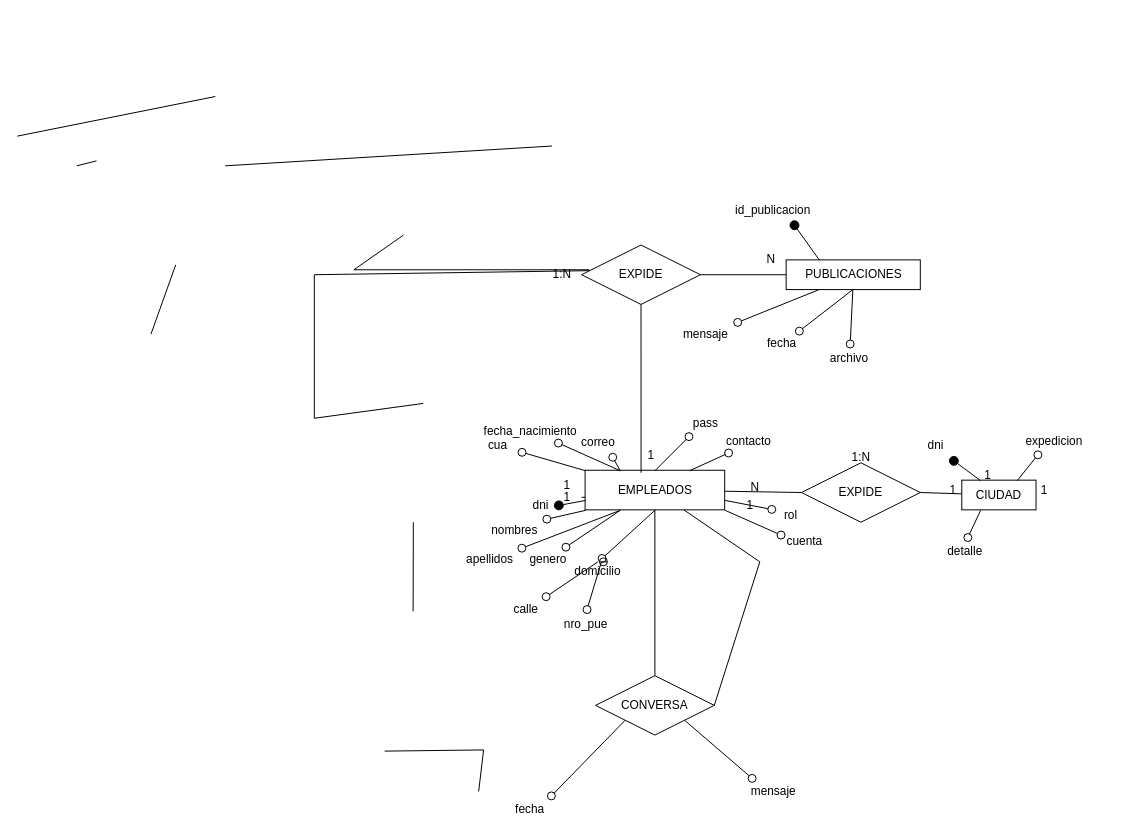
Above: page "Página-3" (3 of 3) of Diagrama SRH.drawio in tomyivan/diagramas-DB (draw.io), before the change. Source tidied: cells renumbered, new cells numbered last; positions are measured from the earlier drawing's top-left corner, leaving out a move shared by most shapes. Both pictures are drawn from the tidied source at 99%, with x=0, y=0 at pixel (17, 96).
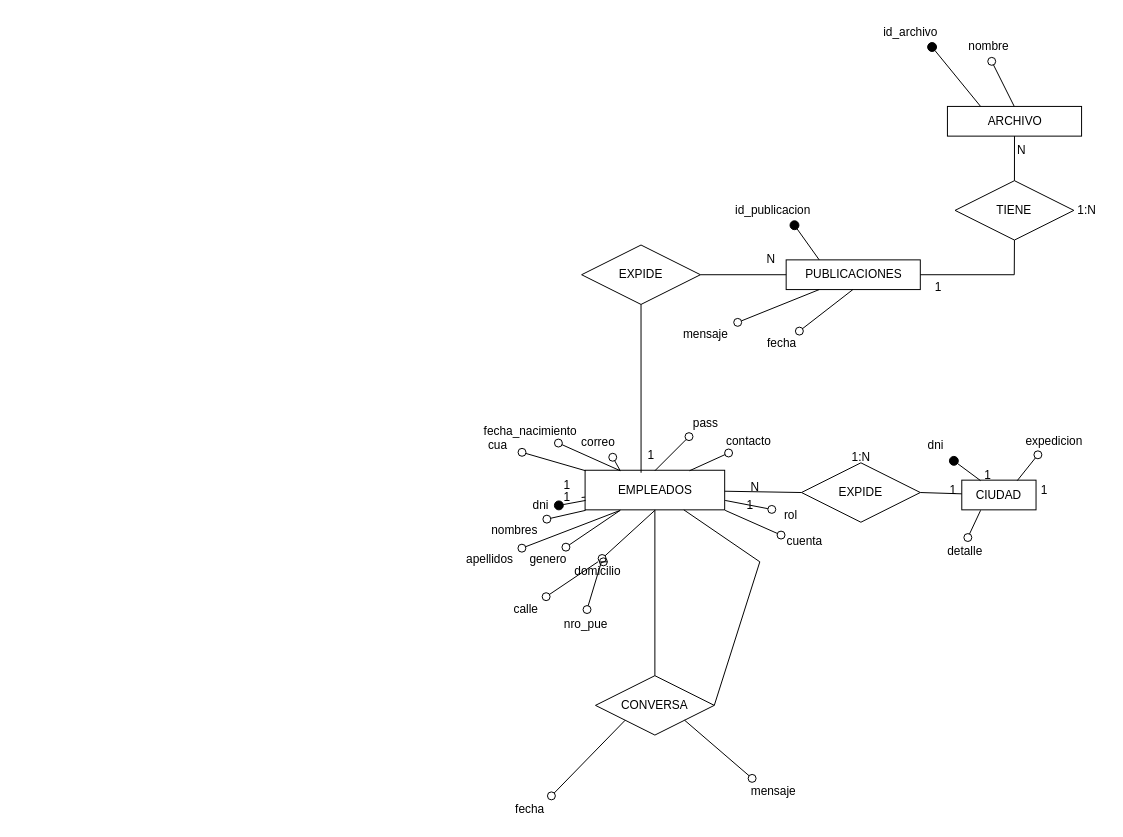
The same diagram, later.

The change refers to these unchanged cells:
```xml
<mxCell id="66" value="PUBLICACIONES" style="whiteSpace=wrap;html=1;align=center;" parent="1" vertex="1">
  <mxGeometry x="776.6" y="165" width="135.5" height="30" as="geometry" />
</mxCell>
```

Change to the diagram source:
```diff
@@
-    <mxCell id="2" style="endArrow=none;html=1;rounded=0;exitX=0.5;exitY=0;exitDx=0;exitDy=0;" parent="1" edge="1">
-      <mxGeometry relative="1" as="geometry">
-        <mxPoint y="40" as="sourcePoint" />
-        <mxPoint x="200" as="targetPoint" />
-      </mxGeometry>
-    </mxCell>
-    <mxCell id="3" style="endArrow=none;html=1;rounded=0;entryX=1;entryY=0.5;entryDx=0;entryDy=0;" parent="1" edge="1">
-      <mxGeometry relative="1" as="geometry">
-        <mxPoint x="80" y="65" as="sourcePoint" />
-        <mxPoint x="60" y="70" as="targetPoint" />
-      </mxGeometry>
-    </mxCell>
-    <mxCell id="4" style="endArrow=none;html=1;rounded=0;exitX=0.5;exitY=0;exitDx=0;exitDy=0;" parent="1" edge="1">
-      <mxGeometry relative="1" as="geometry">
-        <mxPoint x="160" y="170" as="sourcePoint" />
-        <mxPoint x="135" y="240" as="targetPoint" />
-      </mxGeometry>
-    </mxCell>
-    <mxCell id="5" style="endArrow=none;html=1;rounded=0;entryX=0;entryY=0.5;entryDx=0;entryDy=0;" parent="1" edge="1">
-      <mxGeometry relative="1" as="geometry">
-        <mxPoint x="210" y="70" as="sourcePoint" />
-        <mxPoint x="540" y="50" as="targetPoint" />
-      </mxGeometry>
-    </mxCell>
-    <mxCell id="6" style="endArrow=none;html=1;rounded=0;exitX=0.5;exitY=1;exitDx=0;exitDy=0;" parent="1" edge="1">
-      <mxGeometry relative="1" as="geometry">
-        <mxPoint x="390" y="140" as="sourcePoint" />
-        <mxPoint x="577.8" y="175" as="targetPoint" />
-        <Array as="points">
-          <mxPoint x="340" y="175" />
-        </Array>
-      </mxGeometry>
-    </mxCell>
-    <mxCell id="7" style="endArrow=none;html=1;rounded=0;exitX=1;exitY=0.5;exitDx=0;exitDy=0;" parent="1" edge="1">
-      <mxGeometry relative="1" as="geometry">
-        <mxPoint x="410" y="310" as="sourcePoint" />
-        <mxPoint x="577.8" y="175.9" as="targetPoint" />
-        <Array as="points">
-          <mxPoint x="300" y="325" />
-          <mxPoint x="300" y="180" />
-        </Array>
-      </mxGeometry>
-    </mxCell>
@@
-    <mxCell id="52" style="endArrow=none;html=1;rounded=0;entryX=0.5;entryY=1;entryDx=0;entryDy=0;" parent="1" edge="1">
-      <mxGeometry relative="1" as="geometry">
-        <mxPoint x="399.8" y="520" as="sourcePoint" />
-        <mxPoint x="400" y="430" as="targetPoint" />
-      </mxGeometry>
-    </mxCell>
@@
-    <mxCell id="55" style="endArrow=none;html=1;rounded=0;entryX=0;entryY=0.5;entryDx=0;entryDy=0;" parent="1" edge="1">
-      <mxGeometry relative="1" as="geometry">
-        <mxPoint x="371" y="661.2" as="sourcePoint" />
-        <mxPoint x="466" y="702" as="targetPoint" />
-        <Array as="points">
-          <mxPoint x="471" y="660" />
-        </Array>
-      </mxGeometry>
-    </mxCell>
@@
-    <mxCell id="70" value="1:N" style="text;html=1;align=center;verticalAlign=middle;strokeColor=none;fillColor=none;" parent="1" vertex="1">
-      <mxGeometry x="530" y="165" width="40" height="30" as="geometry" />
-    </mxCell>
@@
-    <mxCell id="79" style="endArrow=circle;html=1;rounded=0;strokeColor=default;shadow=0;startFill=0;fillOpacity=100;endFill=0;snapToPoint=1;fixDash=1;backgroundOutline=1;comic=0;jiggle=1;enumerate=0;orthogonal=0;strokeOpacity=100;arcSize=210;startArrow=none;strokeWidth=1;startSize=0;endSize=3;" parent="1" edge="1" source="66" target="80">
-      <mxGeometry relative="1" as="geometry" />
-    </mxCell>
-    <mxCell id="80" value="archivo" style="whiteSpace=wrap;html=1;align=center;strokeColor=none;fillColor=none;" parent="1" vertex="1">
-      <mxGeometry x="813.1" y="255" width="55" height="20" as="geometry" />
-    </mxCell>
+    <mxCell id="81" value="ARCHIVO" style="whiteSpace=wrap;html=1;align=center;" parent="1" vertex="1">
+      <mxGeometry x="939.5" y="10" width="135.5" height="30" as="geometry" />
+    </mxCell>
+    <mxCell id="82" value="TIENE" style="shape=rhombus;perimeter=rhombusPerimeter;whiteSpace=wrap;html=1;align=center;" parent="1" vertex="1">
+      <mxGeometry x="947.2" y="85" width="120" height="60" as="geometry" />
+    </mxCell>
+    <mxCell id="83" style="endArrow=none;html=1;rounded=0;entryX=0.5;entryY=1;entryDx=0;entryDy=0;" parent="1" edge="1" source="66" target="82">
+      <mxGeometry relative="1" as="geometry">
+        <Array as="points">
+          <mxPoint x="1007" y="180" />
+        </Array>
+      </mxGeometry>
+    </mxCell>
+    <mxCell id="84" style="endArrow=none;html=1;rounded=0;entryX=0.5;entryY=0;entryDx=0;entryDy=0;" parent="1" edge="1" source="81" target="82">
+      <mxGeometry relative="1" as="geometry" />
+    </mxCell>
+    <mxCell id="85" value="1" style="text;html=1;align=center;verticalAlign=middle;strokeColor=none;fillColor=none;" parent="1" vertex="1">
+      <mxGeometry x="915" y="178" width="30" height="30" as="geometry" />
+    </mxCell>
+    <mxCell id="86" value="N" style="text;html=1;align=center;verticalAlign=middle;strokeColor=none;fillColor=none;" parent="1" vertex="1">
+      <mxGeometry x="999" y="40" width="30" height="30" as="geometry" />
+    </mxCell>
+    <mxCell id="70" value="1:N" style="text;html=1;align=center;verticalAlign=middle;strokeColor=none;fillColor=none;" parent="1" vertex="1">
+      <mxGeometry x="1060" y="100" width="40" height="30" as="geometry" />
+    </mxCell>
+    <mxCell id="87" value="id_archivo" style="whiteSpace=wrap;html=1;align=center;strokeColor=none;fillColor=none;" parent="1" vertex="1">
+      <mxGeometry x="859.9" y="-80" width="85.1" height="30" as="geometry" />
+    </mxCell>
+    <mxCell id="88" style="endArrow=none;html=1;rounded=0;shadow=0;startFill=1;fillOpacity=100;endFill=1;snapToPoint=1;fixDash=1;backgroundOutline=1;comic=0;jiggle=1;enumerate=0;orthogonal=0;strokeOpacity=100;arcSize=210;startArrow=oval;strokeWidth=1;startSize=9;" parent="1" edge="1" source="87" target="81">
+      <mxGeometry relative="1" as="geometry" />
+    </mxCell>
+    <mxCell id="89" style="endArrow=circle;html=1;rounded=0;strokeColor=default;shadow=0;startFill=0;fillOpacity=100;endFill=0;snapToPoint=1;fixDash=1;backgroundOutline=1;comic=0;jiggle=1;enumerate=0;orthogonal=0;strokeOpacity=100;arcSize=210;startArrow=none;strokeWidth=1;startSize=0;endSize=3;" parent="1" edge="1" source="81" target="90">
+      <mxGeometry relative="1" as="geometry" />
+    </mxCell>
+    <mxCell id="90" value="nombre" style="whiteSpace=wrap;html=1;align=center;strokeColor=none;fillColor=none;" parent="1" vertex="1">
+      <mxGeometry x="954" y="-60" width="55" height="20" as="geometry" />
+    </mxCell>
```
